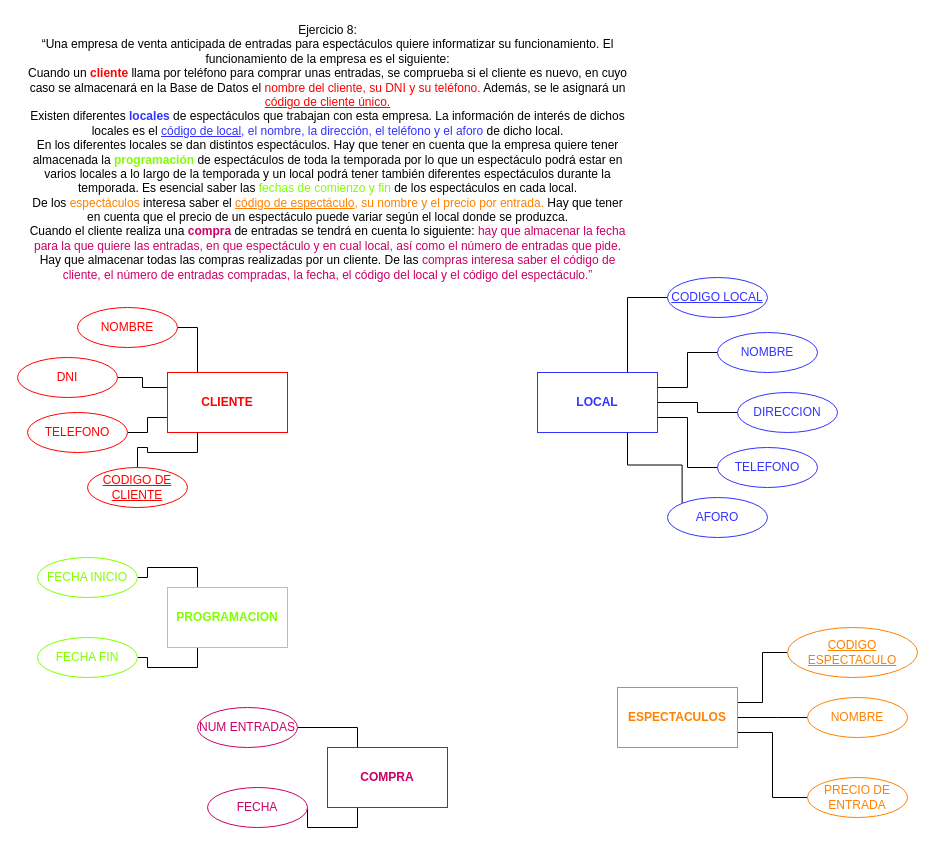
Cris25nkl/DIAGRAMS_BD keeps this draw.io diagram as page "Página-4" (4 of 4) of Diagrama sin título.drawio. Above is the earlier version. Source tidied: cells renumbered, new cells numbered last; positions are measured from the earlier drawing's top-left corner, leaving out a move shared by most shapes. Both pictures are drawn from the tidied source at 100%, with x=0, y=0 at pixel (17, 17).
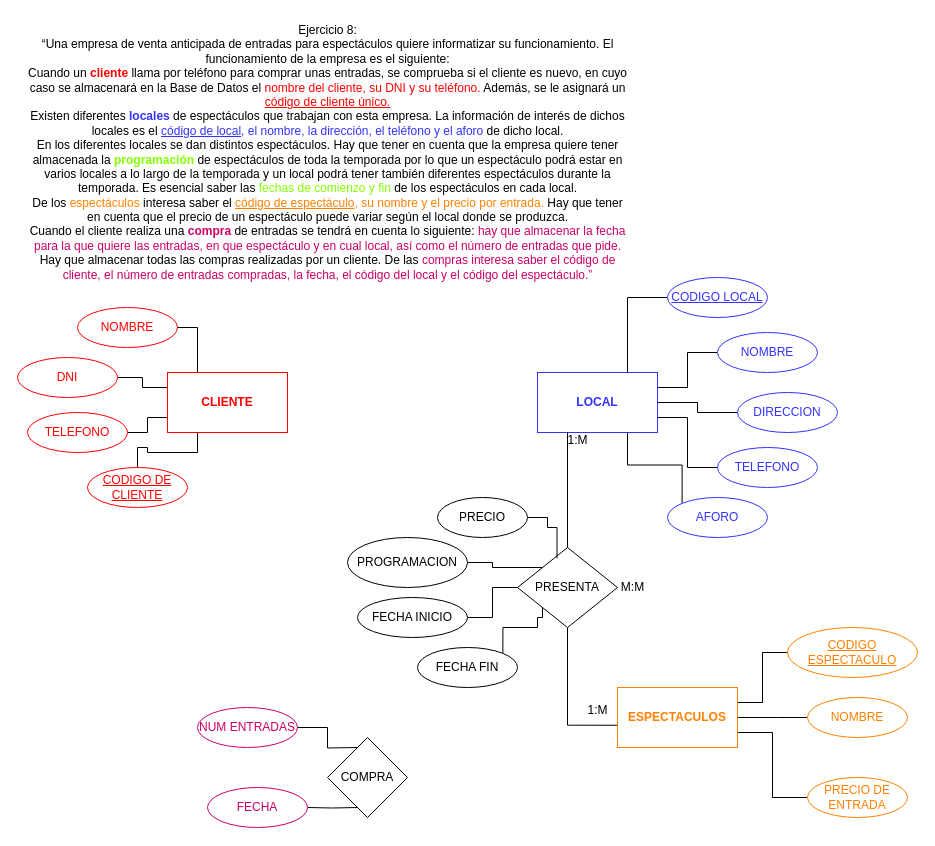
The same page after the edit.

The change refers to these unchanged cells:
```xml
<mxCell id="13" value="&lt;b&gt;LOCAL&lt;/b&gt;" style="whiteSpace=wrap;html=1;strokeColor=#3333FF;fontColor=#3333FF;" parent="1" vertex="1">
  <mxGeometry x="520" y="355" width="120" height="60" as="geometry" />
</mxCell>
<mxCell id="20" value="ESPECTACULOS" style="whiteSpace=wrap;html=1;fontStyle=1;strokeColor=#FF8000;fontColor=#FF8000;" parent="1" vertex="1">
  <mxGeometry x="600" y="670" width="120" height="60" as="geometry" />
</mxCell>
<mxCell id="38" value="NUM ENTRADAS" style="ellipse;whiteSpace=wrap;html=1;align=center;fontColor=#CC0066;strokeColor=#CC0066;" parent="1" vertex="1">
  <mxGeometry x="180" y="690" width="100" height="40" as="geometry" />
</mxCell>
<mxCell id="39" value="FECHA" style="ellipse;whiteSpace=wrap;html=1;align=center;fontColor=#CC0066;strokeColor=#CC0066;" parent="1" vertex="1">
  <mxGeometry x="190" y="770" width="100" height="40" as="geometry" />
</mxCell>
```

Change to the diagram source:
```diff
@@
-    <mxCell id="14" style="edgeStyle=orthogonalEdgeStyle;rounded=0;jettySize=auto;html=1;exitX=0.25;exitY=0;exitDx=0;exitDy=0;entryX=1;entryY=0.5;entryDx=0;entryDy=0;endArrow=none;endFill=0;" parent="1" edge="1" source="16" target="33">
-      <mxGeometry relative="1" as="geometry" />
-    </mxCell>
-    <mxCell id="15" style="edgeStyle=orthogonalEdgeStyle;rounded=0;jettySize=auto;html=1;exitX=0.25;exitY=1;exitDx=0;exitDy=0;entryX=1;entryY=0.5;entryDx=0;entryDy=0;endArrow=none;endFill=0;" parent="1" edge="1" source="16" target="34">
-      <mxGeometry relative="1" as="geometry" />
-    </mxCell>
-    <mxCell id="16" value="&lt;b&gt;PROGRAMACION&lt;/b&gt;" style="whiteSpace=wrap;html=1;fontColor=#80FF00;strokeColor=#80FF00;" parent="1" vertex="1">
-      <mxGeometry x="150" y="570" width="120" height="60" as="geometry" />
-    </mxCell>
@@
-    <mxCell id="21" style="edgeStyle=orthogonalEdgeStyle;rounded=0;jettySize=auto;html=1;exitX=0.25;exitY=0;exitDx=0;exitDy=0;entryX=1;entryY=0.5;entryDx=0;entryDy=0;endArrow=none;endFill=0;" parent="1" edge="1" source="23" target="38">
-      <mxGeometry relative="1" as="geometry" />
+    <mxCell id="21" style="edgeStyle=orthogonalEdgeStyle;rounded=0;jettySize=auto;html=1;exitX=0.25;exitY=0;exitDx=0;exitDy=0;entryX=1;entryY=0.5;entryDx=0;entryDy=0;endArrow=none;endFill=0;" parent="1" edge="1" target="38">
+      <mxGeometry relative="1" as="geometry">
+        <mxPoint x="340" y="730" as="sourcePoint" />
+      </mxGeometry>
     </mxCell>
-    <mxCell id="22" style="edgeStyle=orthogonalEdgeStyle;rounded=0;jettySize=auto;html=1;exitX=0.25;exitY=1;exitDx=0;exitDy=0;entryX=1;entryY=0.5;entryDx=0;entryDy=0;endArrow=none;endFill=0;" parent="1" edge="1" source="23" target="39">
-      <mxGeometry relative="1" as="geometry" />
+    <mxCell id="22" style="edgeStyle=orthogonalEdgeStyle;rounded=0;jettySize=auto;html=1;exitX=0.25;exitY=1;exitDx=0;exitDy=0;entryX=1;entryY=0.5;entryDx=0;entryDy=0;endArrow=none;endFill=0;" parent="1" edge="1" target="39">
+      <mxGeometry relative="1" as="geometry">
+        <mxPoint x="340" y="790" as="sourcePoint" />
+      </mxGeometry>
     </mxCell>
-    <mxCell id="23" value="&lt;b&gt;COMPRA&lt;/b&gt;" style="whiteSpace=wrap;html=1;fontColor=#CC0066;strokeColor=#CC0066;" parent="1" vertex="1">
-      <mxGeometry x="310" y="730" width="120" height="60" as="geometry" />
-    </mxCell>
@@
-    <mxCell id="33" value="FECHA INICIO" style="ellipse;whiteSpace=wrap;html=1;align=center;fontColor=#80FF00;strokeColor=#80FF00;" parent="1" vertex="1">
-      <mxGeometry x="20" y="540" width="100" height="40" as="geometry" />
-    </mxCell>
-    <mxCell id="34" value="FECHA FIN" style="ellipse;whiteSpace=wrap;html=1;align=center;fontColor=#80FF00;strokeColor=#80FF00;" parent="1" vertex="1">
-      <mxGeometry x="20" y="620" width="100" height="40" as="geometry" />
-    </mxCell>
@@
+    <mxCell id="40" style="edgeStyle=orthogonalEdgeStyle;rounded=0;jettySize=auto;html=1;entryX=0.25;entryY=1;entryDx=0;entryDy=0;endArrow=none;endFill=0;" parent="1" edge="1" source="42" target="13">
+      <mxGeometry relative="1" as="geometry" />
+    </mxCell>
+    <mxCell id="41" style="edgeStyle=orthogonalEdgeStyle;rounded=0;jettySize=auto;html=1;entryX=-0.002;entryY=0.629;entryDx=0;entryDy=0;entryPerimeter=0;exitX=0.5;exitY=1;exitDx=0;exitDy=0;endArrow=none;endFill=0;" parent="1" edge="1" source="42" target="20">
+      <mxGeometry relative="1" as="geometry" />
+    </mxCell>
+    <mxCell id="42" value="PRESENTA" style="rhombus;whiteSpace=wrap;html=1;" parent="1" vertex="1">
+      <mxGeometry x="500" y="530" width="100" height="80" as="geometry" />
+    </mxCell>
+    <mxCell id="43" value="1:M" style="text;html=1;align=center;verticalAlign=middle;strokeColor=none;fillColor=none;" parent="1" vertex="1">
+      <mxGeometry x="540" y="408" width="40" height="30" as="geometry" />
+    </mxCell>
+    <mxCell id="44" value="1:M" style="text;html=1;align=center;verticalAlign=middle;strokeColor=none;fillColor=none;" parent="1" vertex="1">
+      <mxGeometry x="560" y="678" width="40" height="30" as="geometry" />
+    </mxCell>
+    <mxCell id="45" value="M:M" style="text;html=1;align=center;verticalAlign=middle;strokeColor=none;fillColor=none;" parent="1" vertex="1">
+      <mxGeometry x="590" y="555" width="50" height="30" as="geometry" />
+    </mxCell>
+    <mxCell id="23" value="COMPRA" style="rhombus;whiteSpace=wrap;html=1;" parent="1" vertex="1">
+      <mxGeometry x="310" y="720" width="80" height="80" as="geometry" />
+    </mxCell>
+    <mxCell id="46" style="edgeStyle=orthogonalEdgeStyle;rounded=0;jettySize=auto;html=1;entryX=0.395;entryY=0.135;entryDx=0;entryDy=0;entryPerimeter=0;endArrow=none;endFill=0;exitX=1;exitY=0.5;exitDx=0;exitDy=0;" parent="1" edge="1" source="47" target="42">
+      <mxGeometry relative="1" as="geometry">
+        <Array as="points">
+          <mxPoint x="530" y="500" />
+          <mxPoint x="530" y="510" />
+          <mxPoint x="540" y="510" />
+        </Array>
+      </mxGeometry>
+    </mxCell>
+    <mxCell id="47" value="PRECIO" style="ellipse;whiteSpace=wrap;html=1;" parent="1" vertex="1">
+      <mxGeometry x="420" y="480" width="90" height="40" as="geometry" />
+    </mxCell>
+    <mxCell id="48" style="edgeStyle=orthogonalEdgeStyle;rounded=0;jettySize=auto;html=1;exitX=1;exitY=0.5;exitDx=0;exitDy=0;entryX=0;entryY=0;entryDx=0;entryDy=0;endArrow=none;endFill=0;" parent="1" edge="1" source="16" target="42">
+      <mxGeometry relative="1" as="geometry" />
+    </mxCell>
+    <mxCell id="16" value="PROGRAMACION" style="ellipse;whiteSpace=wrap;html=1;" parent="1" vertex="1">
+      <mxGeometry x="330" y="520" width="120" height="50" as="geometry" />
+    </mxCell>
+    <mxCell id="49" style="edgeStyle=orthogonalEdgeStyle;rounded=0;jettySize=auto;html=1;entryX=0;entryY=0.5;entryDx=0;entryDy=0;endArrow=none;endFill=0;" parent="1" edge="1" source="33" target="42">
+      <mxGeometry relative="1" as="geometry" />
+    </mxCell>
+    <mxCell id="33" value="FECHA INICIO" style="ellipse;whiteSpace=wrap;html=1;" parent="1" vertex="1">
+      <mxGeometry x="340" y="580" width="110" height="40" as="geometry" />
+    </mxCell>
+    <mxCell id="50" style="edgeStyle=orthogonalEdgeStyle;rounded=0;jettySize=auto;html=1;exitX=1;exitY=0;exitDx=0;exitDy=0;entryX=0;entryY=1;entryDx=0;entryDy=0;endArrow=none;endFill=0;" parent="1" edge="1" source="34" target="42">
+      <mxGeometry relative="1" as="geometry">
+        <Array as="points">
+          <mxPoint x="485" y="610" />
+          <mxPoint x="520" y="610" />
+          <mxPoint x="520" y="600" />
+          <mxPoint x="525" y="600" />
+        </Array>
+      </mxGeometry>
+    </mxCell>
+    <mxCell id="34" value="FECHA FIN" style="ellipse;whiteSpace=wrap;html=1;" parent="1" vertex="1">
+      <mxGeometry x="400" y="630" width="100" height="40" as="geometry" />
+    </mxCell>
```
